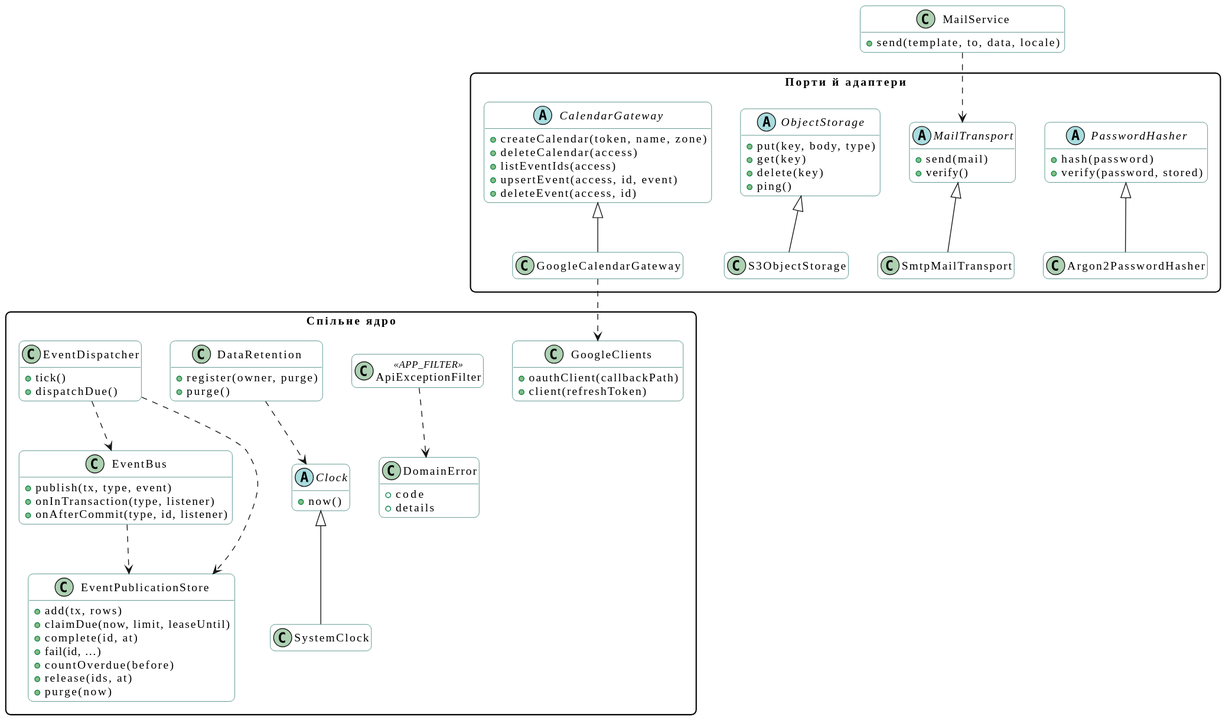
Before: docs/diagrams/class/svg/shared-kernel.svg, a diagram exported from PlantUML (mzabrodin/Errandly).
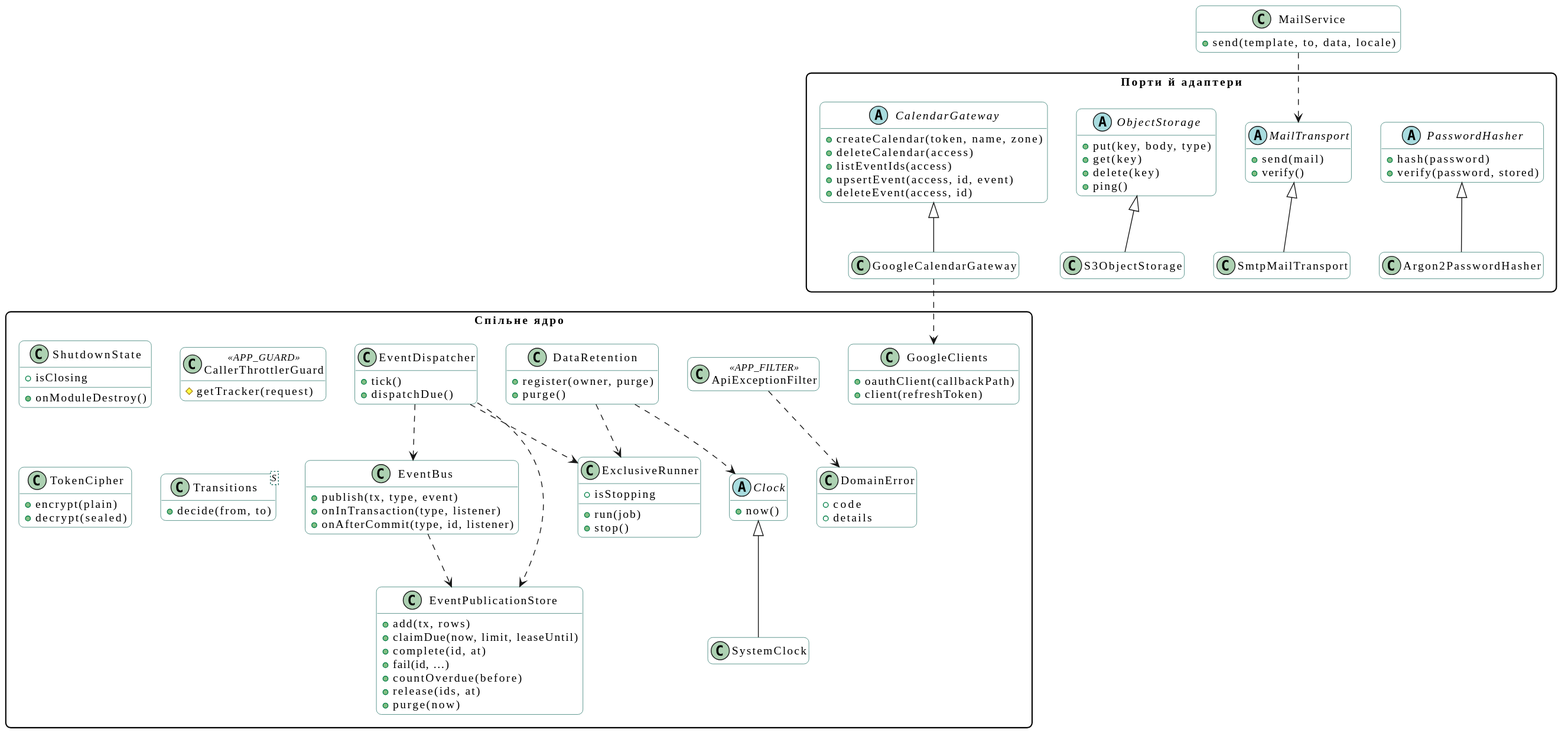
The same file after the commit.

Diff of the diagram source:
```diff
@@ -25,6 +25,25 @@
     +countOverdue(before)
     +release(ids, at)
     +purge(now)
+  }
+  class ExclusiveRunner {
+    +run(job)
+    +stop()
+    +isStopping
+  }
+  class ShutdownState {
+    +isClosing
+    +onModuleDestroy()
+  }
+  class CallerThrottlerGuard <<APP_GUARD>> {
+    #getTracker(request)
+  }
+  class TokenCipher {
+    +encrypt(plain)
+    +decrypt(sealed)
+  }
+  class "Transitions<S>" as Transitions {
+    +decide(from, to)
   }
   class DataRetention {
     +register(owner, purge)
@@ -81,6 +100,8 @@
 EventDispatcher ..> EventPublicationStore
 EventDispatcher ..> EventBus
 DataRetention ..> Clock
+DataRetention ..> ExclusiveRunner
+EventDispatcher ..> ExclusiveRunner
 ApiExceptionFilter ..> DomainError
 MailService ..> MailTransport
 SystemClock -up-|> Clock
```
